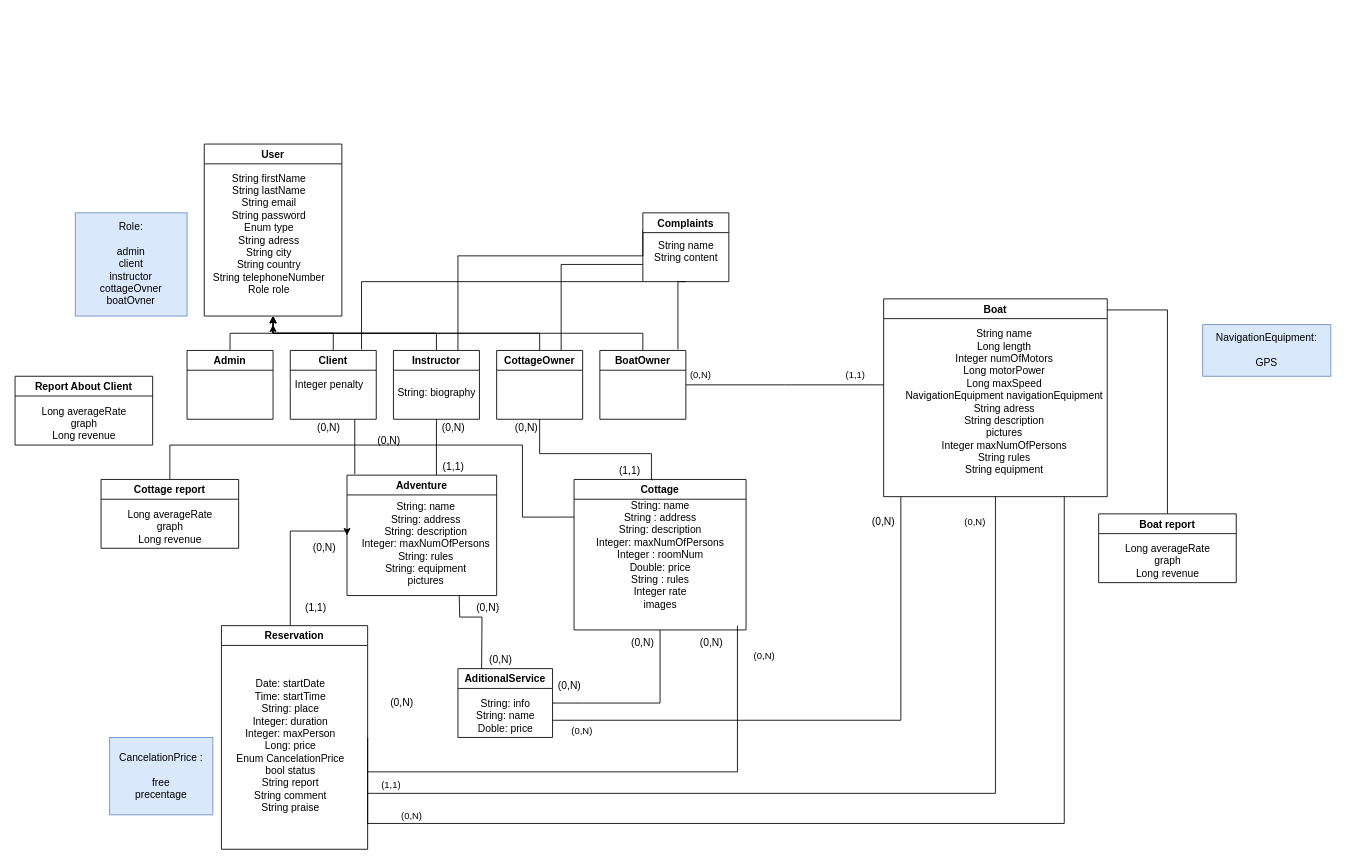
unpano/booking-app keeps this draw.io diagram as class_diagram.drawio. Above is the earlier version. Source tidied: cells renumbered, new cells numbered last; positions are measured from the earlier drawing's top-left corner, leaving out a move shared by most shapes. Both pictures are drawn from the tidied source at 86%, with x=0, y=0 at pixel (15, 144).
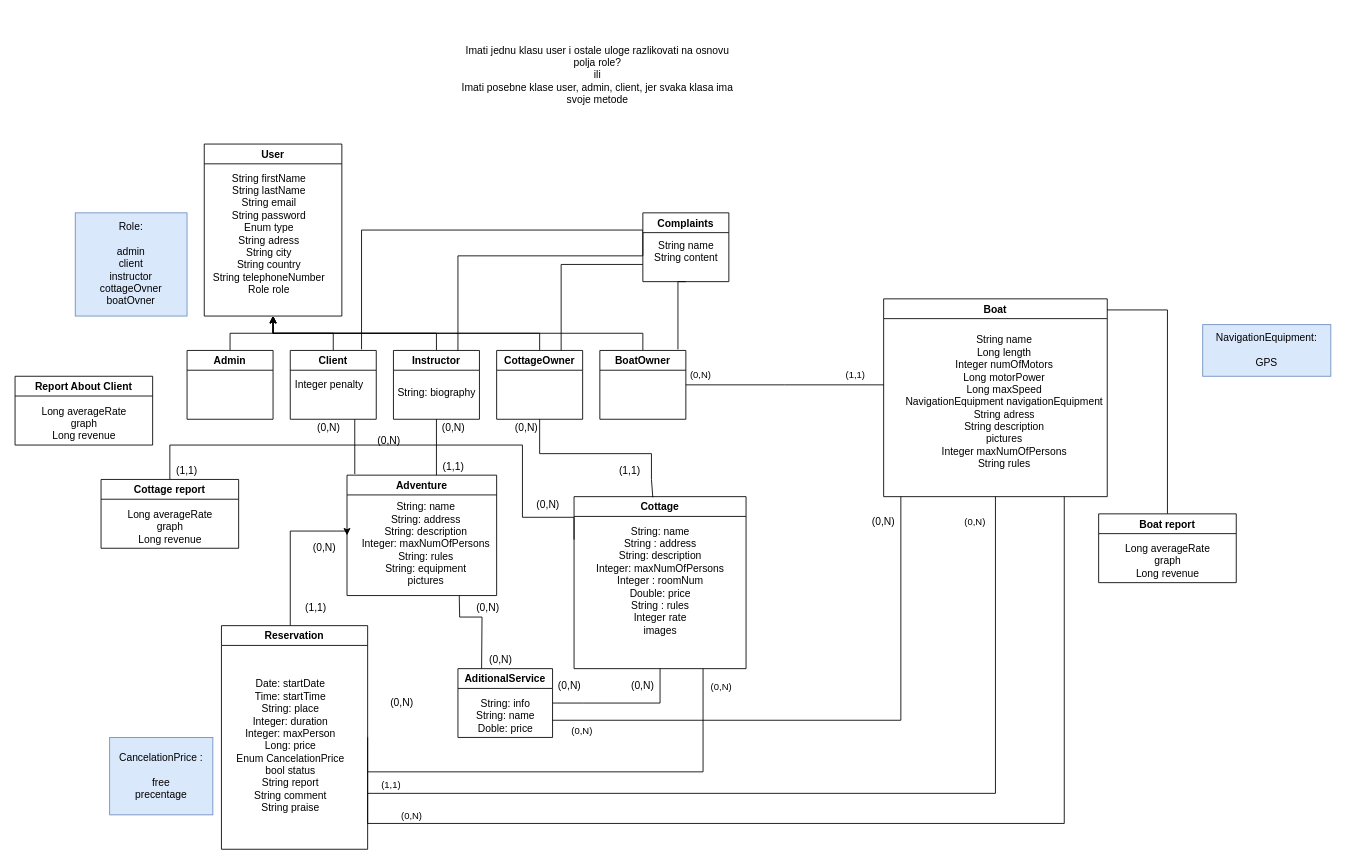
After the change.

Commit message (it also covers changes not shown here):
Classes Adventure, Boat, Additional Service, BoatReport, CancellationPrice, COmplaint, Cottage, NavigationEquipment, Reservation, Role added

The change refers to these unchanged cells:
```xml
<mxCell id="2" value="User" style="swimlane;" parent="1" vertex="1">
  <mxGeometry x="220" width="160" height="200" as="geometry" />
</mxCell>
<mxCell id="5" value="Admin" style="swimlane;" parent="1" vertex="1">
  <mxGeometry x="200" y="240" width="100" height="80" as="geometry" />
</mxCell>
<mxCell id="8" value="Client" style="swimlane;" parent="1" vertex="1">
  <mxGeometry x="320" y="240" width="100" height="80" as="geometry" />
</mxCell>
<mxCell id="11" value="Instructor" style="swimlane;" parent="1" vertex="1">
  <mxGeometry x="440" y="240" width="100" height="80" as="geometry" />
</mxCell>
<mxCell id="13" value="CottageOwner" style="swimlane;" parent="1" vertex="1">
  <mxGeometry x="560" y="240" width="100" height="80" as="geometry" />
</mxCell>
<mxCell id="16" value="BoatOwner" style="swimlane;" parent="1" vertex="1">
  <mxGeometry x="680" y="240" width="100" height="80" as="geometry" />
</mxCell>
<mxCell id="18" value="Boat" style="swimlane;" parent="1" vertex="1">
  <mxGeometry x="1010" y="180" width="260" height="230" as="geometry" />
</mxCell>
<mxCell id="20" value="Adventure" style="swimlane;" parent="1" vertex="1">
  <mxGeometry x="386" y="385" width="174" height="140" as="geometry" />
</mxCell>
<mxCell id="46" value="Reservation" style="swimlane;" parent="1" vertex="1">
  <mxGeometry x="240" y="560" width="170" height="260" as="geometry" />
</mxCell>
<mxCell id="59" value="Complaints" style="swimlane;" parent="1" vertex="1">
  <mxGeometry x="730" y="80" width="100" height="80" as="geometry" />
</mxCell>
```

Change to the diagram source:
```diff
@@
-    <mxCell id="4" style="edgeStyle=orthogonalEdgeStyle;rounded=0;jettySize=auto;html=1;exitX=0.5;exitY=0;exitDx=0;exitDy=0;entryX=0.5;entryY=1;entryDx=0;entryDy=0;" parent="1" edge="1" source="5" target="2">
+    <mxCell id="4" style="edgeStyle=orthogonalEdgeStyle;rounded=0;jettySize=auto;html=1;entryX=0.5;entryY=1;entryDx=0;entryDy=0;" parent="1" edge="1" source="5" target="2">
       <mxGeometry relative="1" as="geometry" />
     </mxCell>
@@
+    <mxCell id="7" style="edgeStyle=orthogonalEdgeStyle;rounded=0;jettySize=auto;html=1;exitX=0.75;exitY=1;exitDx=0;exitDy=0;entryX=0.052;entryY=-0.009;entryDx=0;entryDy=0;entryPerimeter=0;fontColor=#000000;endArrow=none;endFill=0;" parent="1" edge="1" source="8" target="20">
+      <mxGeometry relative="1" as="geometry" />
+    </mxCell>
-    <mxCell id="6" style="edgeStyle=orthogonalEdgeStyle;rounded=0;jettySize=auto;html=1;exitX=0.5;exitY=0;exitDx=0;exitDy=0;entryX=0.5;entryY=1;entryDx=0;entryDy=0;" parent="1" edge="1" source="8" target="2">
+    <mxCell id="6" style="edgeStyle=orthogonalEdgeStyle;rounded=0;jettySize=auto;html=1;entryX=0.5;entryY=1;entryDx=0;entryDy=0;" parent="1" edge="1" source="8" target="2">
       <mxGeometry relative="1" as="geometry" />
     </mxCell>
-    <mxCell id="7" style="edgeStyle=orthogonalEdgeStyle;rounded=0;jettySize=auto;html=1;exitX=0.75;exitY=1;exitDx=0;exitDy=0;entryX=0.052;entryY=-0.009;entryDx=0;entryDy=0;entryPerimeter=0;fontColor=#000000;endArrow=none;endFill=0;" parent="1" edge="1" source="8" target="20">
-      <mxGeometry relative="1" as="geometry" />
-    </mxCell>
@@
-    <mxCell id="10" style="edgeStyle=orthogonalEdgeStyle;rounded=0;jettySize=auto;html=1;exitX=0.5;exitY=0;exitDx=0;exitDy=0;" parent="1" edge="1" source="11">
-      <mxGeometry relative="1" as="geometry">
-        <mxPoint x="300" y="200" as="targetPoint" />
-        <Array as="points">
-          <mxPoint x="490" y="220" />
-          <mxPoint x="300" y="220" />
-        </Array>
-      </mxGeometry>
-    </mxCell>
+    <mxCell id="76" style="edgeStyle=orthogonalEdgeStyle;rounded=0;jettySize=auto;html=1;" parent="1" edge="1" source="11">
+      <mxGeometry relative="1" as="geometry">
+        <mxPoint x="300" y="200" as="targetPoint" />
+        <Array as="points">
+          <mxPoint x="490" y="220" />
+          <mxPoint x="300" y="220" />
+        </Array>
+      </mxGeometry>
+    </mxCell>
@@
-    <mxCell id="12" style="edgeStyle=orthogonalEdgeStyle;rounded=0;jettySize=auto;html=1;exitX=0.5;exitY=0;exitDx=0;exitDy=0;" parent="1" edge="1" source="13">
-      <mxGeometry relative="1" as="geometry">
-        <mxPoint x="300" y="210" as="targetPoint" />
-        <Array as="points">
-          <mxPoint x="610" y="220" />
-          <mxPoint x="300" y="220" />
-        </Array>
-      </mxGeometry>
-    </mxCell>
+    <mxCell id="77" style="edgeStyle=orthogonalEdgeStyle;rounded=0;jettySize=auto;html=1;entryX=0.5;entryY=1;entryDx=0;entryDy=0;" parent="1" edge="1" source="13" target="2">
+      <mxGeometry relative="1" as="geometry">
+        <Array as="points">
+          <mxPoint x="610" y="220" />
+          <mxPoint x="300" y="220" />
+        </Array>
+      </mxGeometry>
+    </mxCell>
@@
-    <mxCell id="14" style="edgeStyle=orthogonalEdgeStyle;rounded=0;jettySize=auto;html=1;fontColor=#000000;" parent="1" edge="1" source="16">
-      <mxGeometry relative="1" as="geometry">
-        <mxPoint x="300" y="200" as="targetPoint" />
-        <Array as="points">
-          <mxPoint x="730" y="220" />
-          <mxPoint x="300" y="220" />
-          <mxPoint x="300" y="200" />
-        </Array>
-      </mxGeometry>
-    </mxCell>
@@
+    <mxCell id="78" style="edgeStyle=orthogonalEdgeStyle;rounded=0;jettySize=auto;html=1;entryX=0.5;entryY=1;entryDx=0;entryDy=0;" parent="1" edge="1" source="16" target="2">
+      <mxGeometry relative="1" as="geometry">
+        <Array as="points">
+          <mxPoint x="730" y="220" />
+          <mxPoint x="300" y="220" />
+        </Array>
+      </mxGeometry>
+    </mxCell>
@@
-    <mxCell id="19" value="String name&lt;br&gt;Long length&lt;br&gt;Integer numOfMotors&lt;br&gt;Long motorPower&lt;br&gt;Long maxSpeed&lt;br&gt;NavigationEquipment navigationEquipment&lt;br&gt;String adress&lt;br&gt;String description&lt;br&gt;pictures&lt;br&gt;Integer maxNumOfPersons&lt;br&gt;String rules&lt;br&gt;String equipment" style="text;html=1;align=center;verticalAlign=middle;strokeColor=none;fillColor=none;fontColor=#000000;" parent="18" vertex="1">
-      <mxGeometry x="20" y="35" width="240" height="170" as="geometry" />
+    <mxCell id="19" value="String name&lt;br&gt;Long length&lt;br&gt;Integer numOfMotors&lt;br&gt;Long motorPower&lt;br&gt;Long maxSpeed&lt;br&gt;NavigationEquipment navigationEquipment&lt;br&gt;String adress&lt;br&gt;String description&lt;br&gt;pictures&lt;br&gt;Integer maxNumOfPersons&lt;br&gt;String rules" style="text;html=1;align=center;verticalAlign=middle;strokeColor=none;fillColor=none;fontColor=#000000;" parent="18" vertex="1">
+      <mxGeometry x="20" y="40" width="240" height="160" as="geometry" />
     </mxCell>
@@
     <mxCell id="34" value="Cottage" style="swimlane;" parent="1" vertex="1">
-      <mxGeometry x="650" y="390" width="200" height="175" as="geometry" />
+      <mxGeometry x="650" y="410" width="200" height="200" as="geometry" />
     </mxCell>
     <mxCell id="35" value="&lt;span&gt;String: name&lt;br&gt;String : address&lt;br&gt;String: description&lt;br&gt;Integer: maxNumOfPersons&lt;br&gt;Integer : roomNum&lt;br&gt;Double: price&lt;br&gt;String : rules&lt;br&gt;Integer rate&lt;br&gt;images&lt;br&gt;&lt;br&gt;&lt;/span&gt;" style="text;html=1;align=center;verticalAlign=middle;strokeColor=none;fillColor=none;" parent="34" vertex="1">
-      <mxGeometry x="20" y="20" width="160" height="150" as="geometry" />
+      <mxGeometry x="20" y="30" width="160" height="150" as="geometry" />
     </mxCell>
@@
     <mxCell id="40" value="(0,N)" style="text;html=1;strokeColor=none;fillColor=none;align=center;verticalAlign=middle;whiteSpace=wrap;rounded=0;" parent="1" vertex="1">
-      <mxGeometry x="710" y="570" width="40" height="20" as="geometry" />
+      <mxGeometry x="600" y="410" width="40" height="20" as="geometry" />
     </mxCell>
@@
     <mxCell id="42" value="(0,N)" style="text;html=1;strokeColor=none;fillColor=none;align=center;verticalAlign=middle;whiteSpace=wrap;rounded=0;" parent="1" vertex="1">
-      <mxGeometry x="790" y="570" width="40" height="20" as="geometry" />
+      <mxGeometry x="710" y="620" width="40" height="20" as="geometry" />
     </mxCell>
-    <mxCell id="43" style="edgeStyle=orthogonalEdgeStyle;rounded=0;jettySize=auto;html=1;fontColor=#FF1C86;endArrow=none;endFill=0;" parent="1" edge="1" source="46">
+    <mxCell id="43" style="edgeStyle=orthogonalEdgeStyle;rounded=0;jettySize=auto;html=1;fontColor=#FF1C86;endArrow=none;endFill=0;entryX=0.75;entryY=1;entryDx=0;entryDy=0;" parent="1" edge="1" source="46" target="34">
       <mxGeometry relative="1" as="geometry">
-        <mxPoint x="840" y="560" as="targetPoint" />
         <Array as="points">
-          <mxPoint x="840" y="730" />
+          <mxPoint x="800" y="730" />
         </Array>
       </mxGeometry>
     </mxCell>
     <mxCell id="44" value="(0,N)" style="edgeLabel;html=1;align=center;verticalAlign=middle;fontColor=#000000;" parent="43" vertex="1">
       <mxGeometry x="0.93" y="1" relative="1" as="geometry">
-        <mxPoint x="31" y="13" as="offset" />
+        <mxPoint x="21" y="2" as="offset" />
       </mxGeometry>
     </mxCell>
@@
     <mxCell id="58" style="edgeStyle=orthogonalEdgeStyle;rounded=0;jettySize=auto;html=1;entryX=0.829;entryY=-0.015;entryDx=0;entryDy=0;entryPerimeter=0;fontColor=#000000;endArrow=none;endFill=0;" parent="1" edge="1" source="59" target="8">
       <mxGeometry relative="1" as="geometry">
         <Array as="points">
-          <mxPoint x="403" y="160" />
+          <mxPoint x="403" y="100" />
         </Array>
       </mxGeometry>
     </mxCell>
@@
+    <mxCell id="79" value="Imati jednu klasu user i ostale uloge razlikovati na osnovu polja role?&lt;br&gt;ili&lt;br&gt;Imati posebne klase user, admin, client, jer svaka klasa ima svoje metode" style="text;html=1;strokeColor=none;fillColor=none;align=center;verticalAlign=middle;whiteSpace=wrap;rounded=0;" parent="1" vertex="1">
+      <mxGeometry x="515" y="-150" width="325" height="140" as="geometry" />
+    </mxCell>
+    <mxCell id="80" value="(1,1)" style="text;html=1;strokeColor=none;fillColor=none;align=center;verticalAlign=middle;whiteSpace=wrap;rounded=0;" parent="1" vertex="1">
+      <mxGeometry x="180" y="370" width="40" height="20" as="geometry" />
+    </mxCell>
```
